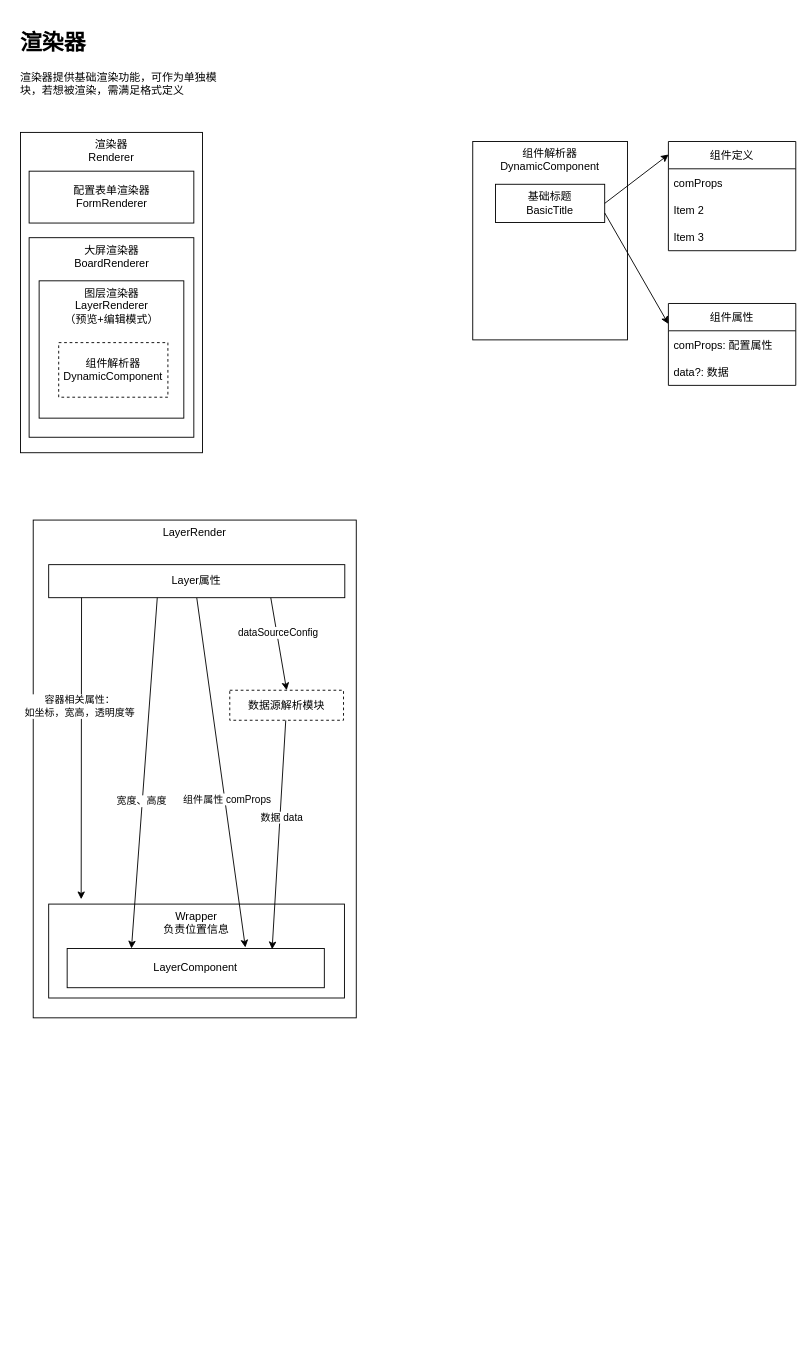
babyhzz/h-editor keeps this draw.io diagram as docs/design.drawio. Above is the earlier version. Source tidied: cells renumbered, new cells numbered last; positions are measured from the earlier drawing's top-left corner, leaving out a move shared by most shapes. Both pictures are drawn from the tidied source at 91%, with x=0, y=0 at pixel (15, 25).
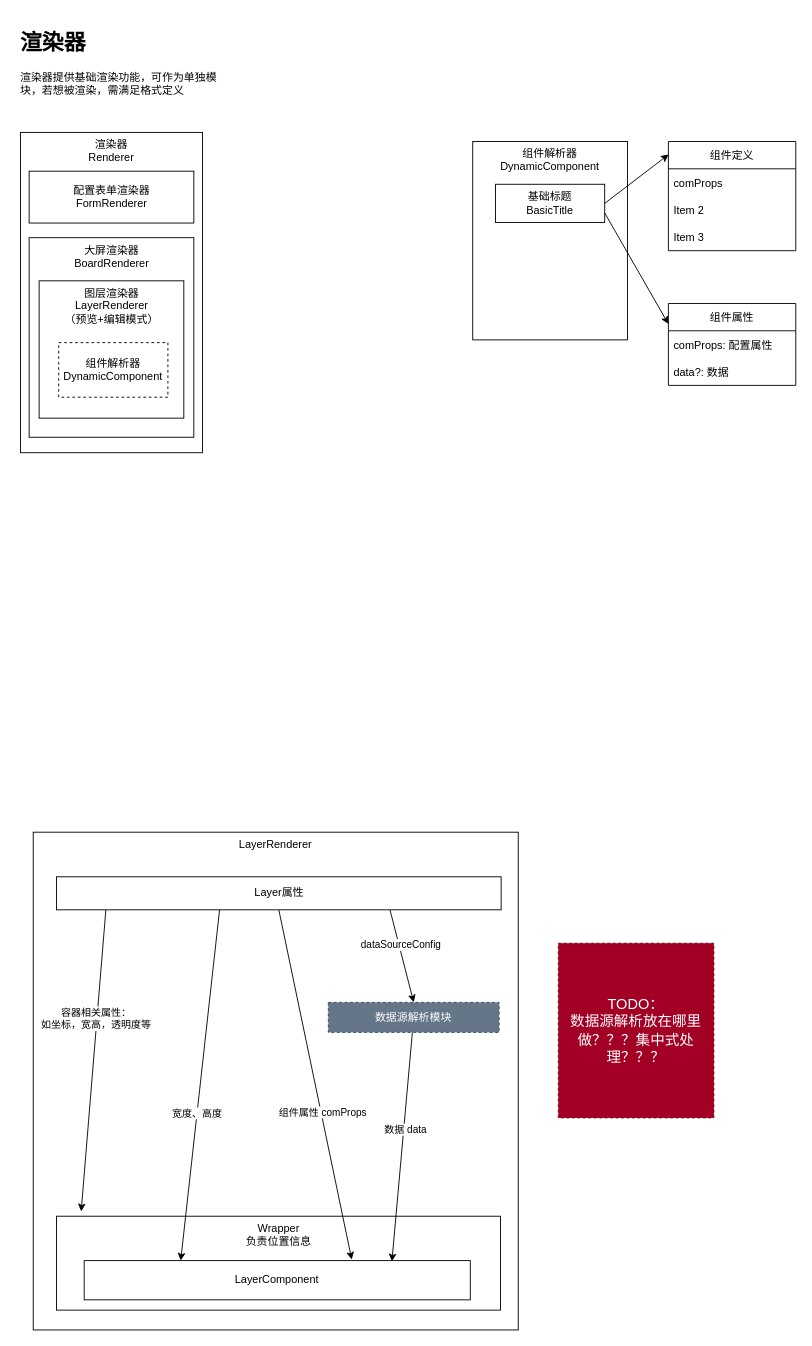
After the change.

The edit, as a diff of the source:
```diff
@@
-    <mxCell id="20" style="group;" parent="1" vertex="1">
-      <mxGeometry x="19" y="544" width="355" height="547" as="geometry" />
+    <mxCell id="20" value="LayerRenderer" style="group;strokeColor=default;" parent="1" vertex="1">
+      <mxGeometry x="19" y="887" width="533" height="547" as="geometry" />
     </mxCell>
-    <mxCell id="21" value="LayerRender" style="rounded=0;whiteSpace=wrap;html=1;verticalAlign=top;" parent="20" vertex="1">
-      <mxGeometry width="355" height="547" as="geometry" />
-    </mxCell>
     <mxCell id="22" style="group;" parent="20" vertex="1">
-      <mxGeometry x="17" y="422" width="325" height="103.2" as="geometry" />
+      <mxGeometry x="25.6" y="422" width="487.9" height="103.2" as="geometry" />
     </mxCell>
     <mxCell id="23" value="Wrapper&lt;br&gt;负责位置信息" style="rounded=0;whiteSpace=wrap;html=1;verticalAlign=top;" parent="22" vertex="1">
-      <mxGeometry width="325" height="103.2" as="geometry" />
+      <mxGeometry width="487.9" height="103.2" as="geometry" />
     </mxCell>
     <mxCell id="24" value="LayerComponent" style="rounded=0;whiteSpace=wrap;html=1;" parent="22" vertex="1">
-      <mxGeometry x="20.3" y="48.8" width="282.6" height="43.1" as="geometry" />
+      <mxGeometry x="30.4" y="48.8" width="424.3" height="43.1" as="geometry" />
     </mxCell>
@@
     <mxCell id="31" value="Layer属性" style="rounded=0;whiteSpace=wrap;html=1;" parent="20" vertex="1">
-      <mxGeometry x="17" y="49" width="325.4" height="36.3" as="geometry" />
+      <mxGeometry x="25.6" y="49" width="488.6" height="36.3" as="geometry" />
     </mxCell>
@@
-    <mxCell id="34" value="数据源解析模块" style="rounded=0;whiteSpace=wrap;html=1;dashed=1;" parent="20" vertex="1">
-      <mxGeometry x="216" y="187" width="125" height="33" as="geometry" />
+    <mxCell id="34" value="数据源解析模块" style="rounded=0;whiteSpace=wrap;html=1;dashed=1;fillColor=#647687;strokeColor=#314354;fontColor=#ffffff;" parent="20" vertex="1">
+      <mxGeometry x="324.3" y="187" width="187.7" height="33" as="geometry" />
     </mxCell>
     <mxCell id="35" style="edgeStyle=none;html=1;exitX=0.111;exitY=0.999;exitDx=0;exitDy=0;exitPerimeter=0;" parent="1" edge="1" source="31">
       <mxGeometry relative="1" as="geometry">
-        <mxPoint x="71.7" y="960.7" as="targetPoint" />
+        <mxPoint x="71.7" y="1303.7" as="targetPoint" />
       </mxGeometry>
     </mxCell>
@@
+    <mxCell id="37" value="TODO：&lt;br&gt;数据源解析放在哪里做？？？集中式处理？？？" style="text;html=1;strokeColor=#6F0000;fillColor=#a20025;align=center;verticalAlign=middle;whiteSpace=wrap;rounded=0;dashed=1;fontSize=16;fontColor=#ffffff;" parent="1" vertex="1">
+      <mxGeometry x="596" y="1009" width="171" height="192" as="geometry" />
+    </mxCell>
```
